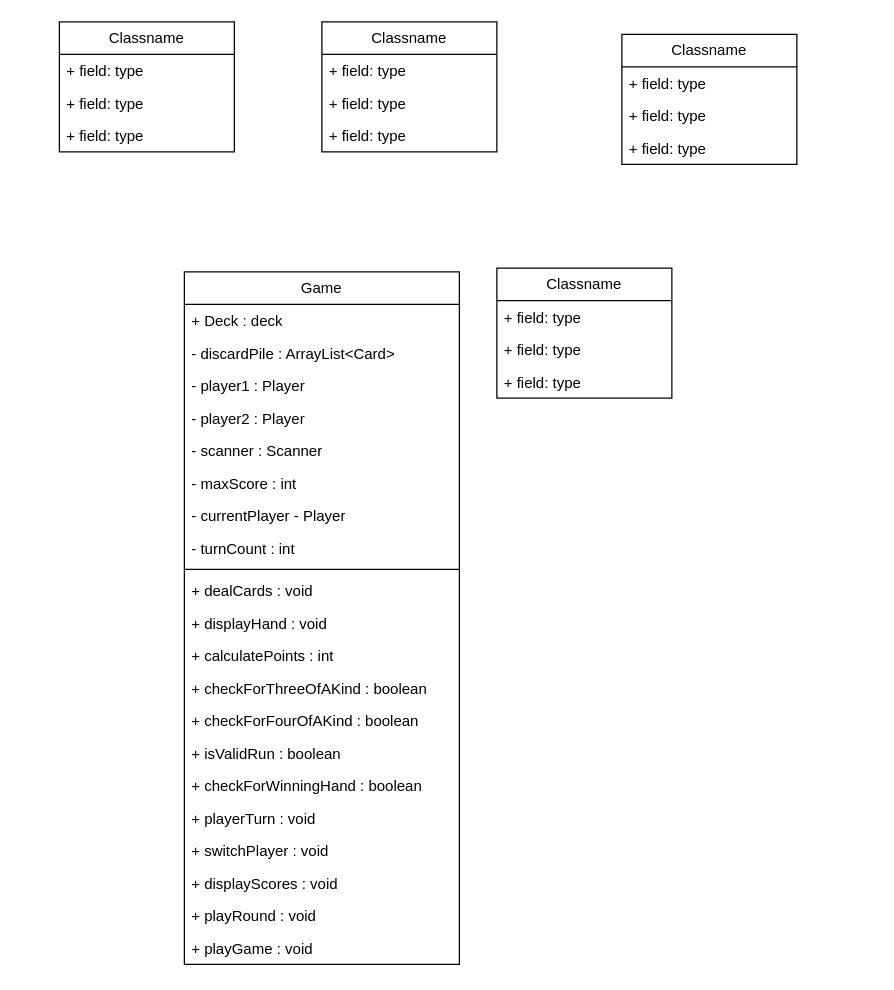
ssandhu20/CardGame keeps this draw.io diagram as CardGame.drawio. Above is the earlier version. Source tidied: cells renumbered, new cells numbered last; positions are measured from the earlier drawing's top-left corner, leaving out a move shared by most shapes. Both pictures are drawn from the tidied source at 125%, with x=0, y=0 at pixel (59, 21).
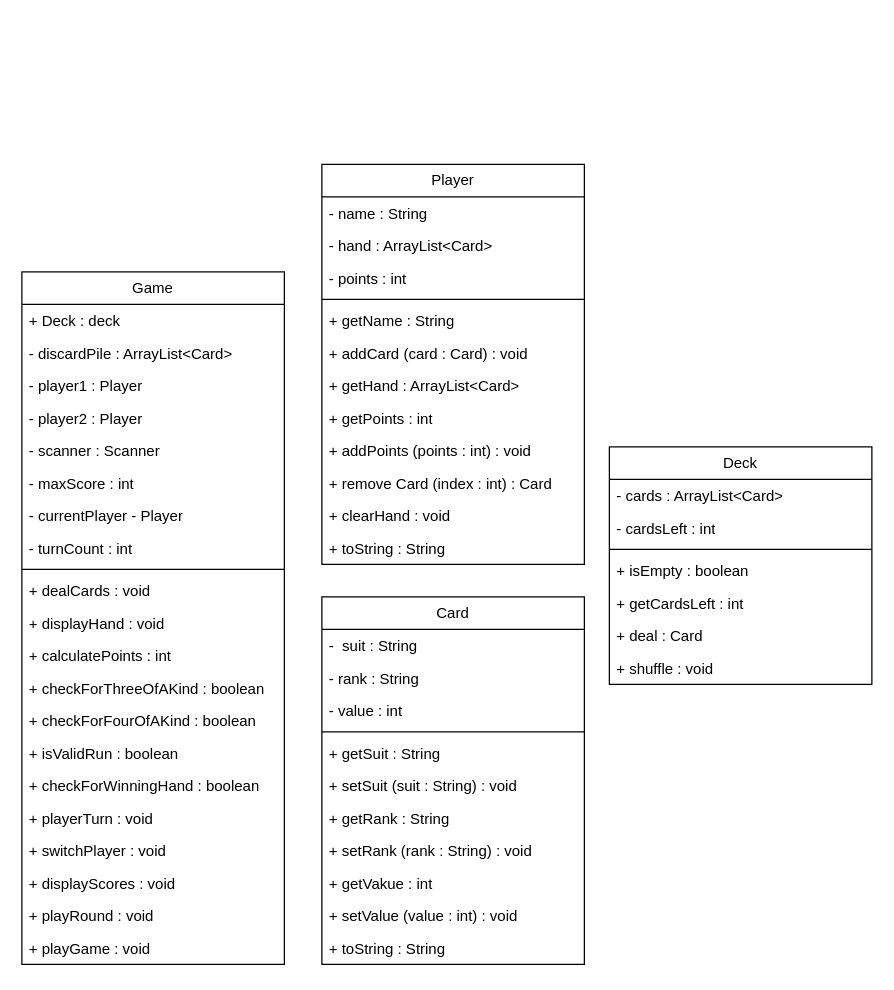
The same diagram, later.

The edit, as a diff of the source:
```diff
@@
-    <mxCell id="2" value="Classname" style="swimlane;fontStyle=0;horizontal=1;startSize=26;fillColor=none;whiteSpace=wrap;html=1;" parent="1" vertex="1">
-      <mxGeometry width="140" height="104" as="geometry" />
-    </mxCell>
-    <mxCell id="3" value="+ field: type" style="text;strokeColor=none;fillColor=none;align=left;verticalAlign=top;spacingLeft=4;spacingRight=4;overflow=hidden;whiteSpace=wrap;html=1;" parent="2" vertex="1">
-      <mxGeometry y="26" width="140" height="26" as="geometry" />
-    </mxCell>
-    <mxCell id="4" value="+ field: type" style="text;strokeColor=none;fillColor=none;align=left;verticalAlign=top;spacingLeft=4;spacingRight=4;overflow=hidden;whiteSpace=wrap;html=1;" parent="2" vertex="1">
-      <mxGeometry y="52" width="140" height="26" as="geometry" />
-    </mxCell>
-    <mxCell id="5" value="+ field: type" style="text;strokeColor=none;fillColor=none;align=left;verticalAlign=top;spacingLeft=4;spacingRight=4;overflow=hidden;whiteSpace=wrap;html=1;" parent="2" vertex="1">
-      <mxGeometry y="78" width="140" height="26" as="geometry" />
-    </mxCell>
-    <mxCell id="6" value="Classname" style="swimlane;fontStyle=0;horizontal=1;startSize=26;fillColor=none;whiteSpace=wrap;html=1;" parent="1" vertex="1">
-      <mxGeometry x="210" width="140" height="104" as="geometry" />
+    <mxCell id="6" value="Player" style="swimlane;fontStyle=0;horizontal=1;startSize=26;fillColor=none;whiteSpace=wrap;html=1;" parent="1" vertex="1">
+      <mxGeometry x="210" y="114" width="210" height="320" as="geometry" />
     </mxCell>
-    <mxCell id="7" value="+ field: type" style="text;strokeColor=none;fillColor=none;align=left;verticalAlign=top;spacingLeft=4;spacingRight=4;overflow=hidden;whiteSpace=wrap;html=1;" parent="6" vertex="1">
-      <mxGeometry y="26" width="140" height="26" as="geometry" />
+    <mxCell id="7" value="- name : String" style="text;strokeColor=none;fillColor=none;align=left;verticalAlign=top;spacingLeft=4;spacingRight=4;overflow=hidden;whiteSpace=wrap;html=1;" parent="6" vertex="1">
+      <mxGeometry y="26" width="210" height="26" as="geometry" />
     </mxCell>
-    <mxCell id="8" value="+ field: type" style="text;strokeColor=none;fillColor=none;align=left;verticalAlign=top;spacingLeft=4;spacingRight=4;overflow=hidden;whiteSpace=wrap;html=1;" parent="6" vertex="1">
-      <mxGeometry y="52" width="140" height="26" as="geometry" />
+    <mxCell id="8" value="- hand : ArrayList&amp;lt;Card&amp;gt;" style="text;strokeColor=none;fillColor=none;align=left;verticalAlign=top;spacingLeft=4;spacingRight=4;overflow=hidden;whiteSpace=wrap;html=1;" parent="6" vertex="1">
+      <mxGeometry y="52" width="210" height="26" as="geometry" />
     </mxCell>
-    <mxCell id="9" value="+ field: type" style="text;strokeColor=none;fillColor=none;align=left;verticalAlign=top;spacingLeft=4;spacingRight=4;overflow=hidden;whiteSpace=wrap;html=1;" parent="6" vertex="1">
-      <mxGeometry y="78" width="140" height="26" as="geometry" />
+    <mxCell id="9" value="- points : int" style="text;strokeColor=none;fillColor=none;align=left;verticalAlign=top;spacingLeft=4;spacingRight=4;overflow=hidden;whiteSpace=wrap;html=1;" parent="6" vertex="1">
+      <mxGeometry y="78" width="210" height="26" as="geometry" />
     </mxCell>
+    <mxCell id="40" style="line;strokeWidth=1;fillColor=none;align=left;verticalAlign=middle;spacingTop=-1;spacingLeft=3;spacingRight=3;labelPosition=right;strokeColor=inherit;" parent="6" vertex="1">
+      <mxGeometry y="104" width="210" height="8" as="geometry" />
+    </mxCell>
+    <mxCell id="41" value="+ getName : String" style="text;strokeColor=none;fillColor=none;align=left;verticalAlign=top;spacingLeft=4;spacingRight=4;overflow=hidden;whiteSpace=wrap;html=1;" parent="6" vertex="1">
+      <mxGeometry y="112" width="210" height="26" as="geometry" />
+    </mxCell>
+    <mxCell id="42" value="+ addCard (card : Card) : void" style="text;strokeColor=none;fillColor=none;align=left;verticalAlign=top;spacingLeft=4;spacingRight=4;overflow=hidden;whiteSpace=wrap;html=1;" parent="6" vertex="1">
+      <mxGeometry y="138" width="210" height="26" as="geometry" />
+    </mxCell>
+    <mxCell id="43" value="+ getHand : ArrayList&amp;lt;Card&amp;gt;" style="text;strokeColor=none;fillColor=none;align=left;verticalAlign=top;spacingLeft=4;spacingRight=4;overflow=hidden;whiteSpace=wrap;html=1;" parent="6" vertex="1">
+      <mxGeometry y="164" width="210" height="26" as="geometry" />
+    </mxCell>
+    <mxCell id="44" value="+ getPoints : int" style="text;strokeColor=none;fillColor=none;align=left;verticalAlign=top;spacingLeft=4;spacingRight=4;overflow=hidden;whiteSpace=wrap;html=1;" parent="6" vertex="1">
+      <mxGeometry y="190" width="210" height="26" as="geometry" />
+    </mxCell>
+    <mxCell id="45" value="+ addPoints (points : int) : void" style="text;strokeColor=none;fillColor=none;align=left;verticalAlign=top;spacingLeft=4;spacingRight=4;overflow=hidden;whiteSpace=wrap;html=1;" parent="6" vertex="1">
+      <mxGeometry y="216" width="210" height="26" as="geometry" />
+    </mxCell>
+    <mxCell id="46" value="+ remove Card (index : int) : Card" style="text;strokeColor=none;fillColor=none;align=left;verticalAlign=top;spacingLeft=4;spacingRight=4;overflow=hidden;whiteSpace=wrap;html=1;" parent="6" vertex="1">
+      <mxGeometry y="242" width="210" height="26" as="geometry" />
+    </mxCell>
+    <mxCell id="47" value="+ clearHand : void" style="text;strokeColor=none;fillColor=none;align=left;verticalAlign=top;spacingLeft=4;spacingRight=4;overflow=hidden;whiteSpace=wrap;html=1;" parent="6" vertex="1">
+      <mxGeometry y="268" width="210" height="26" as="geometry" />
+    </mxCell>
+    <mxCell id="48" value="+ toString : String" style="text;strokeColor=none;fillColor=none;align=left;verticalAlign=top;spacingLeft=4;spacingRight=4;overflow=hidden;whiteSpace=wrap;html=1;" parent="6" vertex="1">
+      <mxGeometry y="294" width="210" height="26" as="geometry" />
+    </mxCell>
-    <mxCell id="10" value="Classname" style="swimlane;fontStyle=0;horizontal=1;startSize=26;fillColor=none;whiteSpace=wrap;html=1;" parent="1" vertex="1">
-      <mxGeometry x="450" y="10" width="140" height="104" as="geometry" />
+    <mxCell id="10" value="Deck" style="swimlane;fontStyle=0;horizontal=1;startSize=26;fillColor=none;whiteSpace=wrap;html=1;" parent="1" vertex="1">
+      <mxGeometry x="440" y="340" width="210" height="190" as="geometry" />
     </mxCell>
-    <mxCell id="11" value="+ field: type" style="text;strokeColor=none;fillColor=none;align=left;verticalAlign=top;spacingLeft=4;spacingRight=4;overflow=hidden;whiteSpace=wrap;html=1;" parent="10" vertex="1">
-      <mxGeometry y="26" width="140" height="26" as="geometry" />
+    <mxCell id="11" value="- cards : ArrayList&amp;lt;Card&amp;gt;" style="text;strokeColor=none;fillColor=none;align=left;verticalAlign=top;spacingLeft=4;spacingRight=4;overflow=hidden;whiteSpace=wrap;html=1;" parent="10" vertex="1">
+      <mxGeometry y="26" width="210" height="26" as="geometry" />
     </mxCell>
-    <mxCell id="12" value="+ field: type" style="text;strokeColor=none;fillColor=none;align=left;verticalAlign=top;spacingLeft=4;spacingRight=4;overflow=hidden;whiteSpace=wrap;html=1;" parent="10" vertex="1">
-      <mxGeometry y="52" width="140" height="26" as="geometry" />
+    <mxCell id="12" value="- cardsLeft : int" style="text;strokeColor=none;fillColor=none;align=left;verticalAlign=top;spacingLeft=4;spacingRight=4;overflow=hidden;whiteSpace=wrap;html=1;" parent="10" vertex="1">
+      <mxGeometry y="52" width="210" height="26" as="geometry" />
     </mxCell>
+    <mxCell id="49" style="line;strokeWidth=1;fillColor=none;align=left;verticalAlign=middle;spacingTop=-1;spacingLeft=3;spacingRight=3;labelPosition=right;strokeColor=inherit;" parent="10" vertex="1">
+      <mxGeometry y="78" width="210" height="8" as="geometry" />
+    </mxCell>
-    <mxCell id="13" value="+ field: type" style="text;strokeColor=none;fillColor=none;align=left;verticalAlign=top;spacingLeft=4;spacingRight=4;overflow=hidden;whiteSpace=wrap;html=1;" parent="10" vertex="1">
-      <mxGeometry y="78" width="140" height="26" as="geometry" />
+    <mxCell id="13" value="+ isEmpty : boolean" style="text;strokeColor=none;fillColor=none;align=left;verticalAlign=top;spacingLeft=4;spacingRight=4;overflow=hidden;whiteSpace=wrap;html=1;" parent="10" vertex="1">
+      <mxGeometry y="86" width="210" height="26" as="geometry" />
     </mxCell>
+    <mxCell id="50" value="+ getCardsLeft : int" style="text;strokeColor=none;fillColor=none;align=left;verticalAlign=top;spacingLeft=4;spacingRight=4;overflow=hidden;whiteSpace=wrap;html=1;" parent="10" vertex="1">
+      <mxGeometry y="112" width="210" height="26" as="geometry" />
+    </mxCell>
+    <mxCell id="51" value="+ deal : Card" style="text;strokeColor=none;fillColor=none;align=left;verticalAlign=top;spacingLeft=4;spacingRight=4;overflow=hidden;whiteSpace=wrap;html=1;" parent="10" vertex="1">
+      <mxGeometry y="138" width="210" height="26" as="geometry" />
+    </mxCell>
+    <mxCell id="52" value="+ shuffle : void" style="text;strokeColor=none;fillColor=none;align=left;verticalAlign=top;spacingLeft=4;spacingRight=4;overflow=hidden;whiteSpace=wrap;html=1;" parent="10" vertex="1">
+      <mxGeometry y="164" width="210" height="26" as="geometry" />
+    </mxCell>
     <mxCell id="14" value="Game" style="swimlane;fontStyle=0;horizontal=1;startSize=26;fillColor=none;whiteSpace=wrap;html=1;" parent="1" vertex="1">
-      <mxGeometry x="100" y="200" width="220" height="554" as="geometry" />
+      <mxGeometry x="-30" y="200" width="210" height="554" as="geometry" />
     </mxCell>
     <mxCell id="15" value="+ Deck : deck" style="text;strokeColor=none;fillColor=none;align=left;verticalAlign=top;spacingLeft=4;spacingRight=4;overflow=hidden;whiteSpace=wrap;html=1;" parent="14" vertex="1">
-      <mxGeometry y="26" width="220" height="26" as="geometry" />
+      <mxGeometry y="26" width="210" height="26" as="geometry" />
     </mxCell>
     <mxCell id="16" value="- discardPile : ArrayList&amp;lt;Card&amp;gt;" style="text;strokeColor=none;fillColor=none;align=left;verticalAlign=top;spacingLeft=4;spacingRight=4;overflow=hidden;whiteSpace=wrap;html=1;" parent="14" vertex="1">
-      <mxGeometry y="52" width="220" height="26" as="geometry" />
+      <mxGeometry y="52" width="210" height="26" as="geometry" />
     </mxCell>
     <mxCell id="17" value="- player1 : Player" style="text;strokeColor=none;fillColor=none;align=left;verticalAlign=top;spacingLeft=4;spacingRight=4;overflow=hidden;whiteSpace=wrap;html=1;" parent="14" vertex="1">
-      <mxGeometry y="78" width="220" height="26" as="geometry" />
+      <mxGeometry y="78" width="210" height="26" as="geometry" />
     </mxCell>
     <mxCell id="18" value="- player2 : Player" style="text;strokeColor=none;fillColor=none;align=left;verticalAlign=top;spacingLeft=4;spacingRight=4;overflow=hidden;whiteSpace=wrap;html=1;" parent="14" vertex="1">
-      <mxGeometry y="104" width="220" height="26" as="geometry" />
+      <mxGeometry y="104" width="210" height="26" as="geometry" />
     </mxCell>
     <mxCell id="19" value="- scanner : Scanner" style="text;strokeColor=none;fillColor=none;align=left;verticalAlign=top;spacingLeft=4;spacingRight=4;overflow=hidden;whiteSpace=wrap;html=1;" parent="14" vertex="1">
-      <mxGeometry y="130" width="220" height="26" as="geometry" />
+      <mxGeometry y="130" width="210" height="26" as="geometry" />
     </mxCell>
     <mxCell id="20" value="- maxScore : int" style="text;strokeColor=none;fillColor=none;align=left;verticalAlign=top;spacingLeft=4;spacingRight=4;overflow=hidden;whiteSpace=wrap;html=1;" parent="14" vertex="1">
-      <mxGeometry y="156" width="220" height="26" as="geometry" />
+      <mxGeometry y="156" width="210" height="26" as="geometry" />
     </mxCell>
     <mxCell id="21" value="- currentPlayer - Player" style="text;strokeColor=none;fillColor=none;align=left;verticalAlign=top;spacingLeft=4;spacingRight=4;overflow=hidden;whiteSpace=wrap;html=1;" parent="14" vertex="1">
-      <mxGeometry y="182" width="220" height="26" as="geometry" />
+      <mxGeometry y="182" width="210" height="26" as="geometry" />
     </mxCell>
     <mxCell id="22" value="- turnCount : int" style="text;strokeColor=none;fillColor=none;align=left;verticalAlign=top;spacingLeft=4;spacingRight=4;overflow=hidden;whiteSpace=wrap;html=1;" parent="14" vertex="1">
-      <mxGeometry y="208" width="220" height="26" as="geometry" />
+      <mxGeometry y="208" width="210" height="26" as="geometry" />
     </mxCell>
     <mxCell id="23" style="line;strokeWidth=1;fillColor=none;align=left;verticalAlign=middle;spacingTop=-1;spacingLeft=3;spacingRight=3;labelPosition=right;strokeColor=inherit;" parent="14" vertex="1">
-      <mxGeometry y="234" width="220" height="8" as="geometry" />
+      <mxGeometry y="234" width="210" height="8" as="geometry" />
     </mxCell>
     <mxCell id="24" value="+ dealCards : void" style="text;strokeColor=none;fillColor=none;align=left;verticalAlign=top;spacingLeft=4;spacingRight=4;overflow=hidden;whiteSpace=wrap;html=1;" parent="14" vertex="1">
-      <mxGeometry y="242" width="220" height="26" as="geometry" />
+      <mxGeometry y="242" width="210" height="26" as="geometry" />
     </mxCell>
     <mxCell id="25" value="+ displayHand : void" style="text;strokeColor=none;fillColor=none;align=left;verticalAlign=top;spacingLeft=4;spacingRight=4;overflow=hidden;whiteSpace=wrap;html=1;" parent="14" vertex="1">
-      <mxGeometry y="268" width="220" height="26" as="geometry" />
+      <mxGeometry y="268" width="210" height="26" as="geometry" />
     </mxCell>
     <mxCell id="26" value="+ calculatePoints : int" style="text;strokeColor=none;fillColor=none;align=left;verticalAlign=top;spacingLeft=4;spacingRight=4;overflow=hidden;whiteSpace=wrap;html=1;" parent="14" vertex="1">
-      <mxGeometry y="294" width="220" height="26" as="geometry" />
+      <mxGeometry y="294" width="210" height="26" as="geometry" />
     </mxCell>
     <mxCell id="27" value="+ checkForThreeOfAKind : boolean" style="text;strokeColor=none;fillColor=none;align=left;verticalAlign=top;spacingLeft=4;spacingRight=4;overflow=hidden;whiteSpace=wrap;html=1;" parent="14" vertex="1">
-      <mxGeometry y="320" width="220" height="26" as="geometry" />
+      <mxGeometry y="320" width="210" height="26" as="geometry" />
     </mxCell>
     <mxCell id="28" value="+ checkForFourOfAKind : boolean" style="text;strokeColor=none;fillColor=none;align=left;verticalAlign=top;spacingLeft=4;spacingRight=4;overflow=hidden;whiteSpace=wrap;html=1;" parent="14" vertex="1">
-      <mxGeometry y="346" width="220" height="26" as="geometry" />
+      <mxGeometry y="346" width="210" height="26" as="geometry" />
     </mxCell>
     <mxCell id="29" value="+ isValidRun : boolean" style="text;strokeColor=none;fillColor=none;align=left;verticalAlign=top;spacingLeft=4;spacingRight=4;overflow=hidden;whiteSpace=wrap;html=1;" parent="14" vertex="1">
-      <mxGeometry y="372" width="220" height="26" as="geometry" />
+      <mxGeometry y="372" width="210" height="26" as="geometry" />
     </mxCell>
     <mxCell id="30" value="+ checkForWinningHand : boolean" style="text;strokeColor=none;fillColor=none;align=left;verticalAlign=top;spacingLeft=4;spacingRight=4;overflow=hidden;whiteSpace=wrap;html=1;" parent="14" vertex="1">
-      <mxGeometry y="398" width="220" height="26" as="geometry" />
+      <mxGeometry y="398" width="210" height="26" as="geometry" />
     </mxCell>
     <mxCell id="31" value="+ playerTurn : void" style="text;strokeColor=none;fillColor=none;align=left;verticalAlign=top;spacingLeft=4;spacingRight=4;overflow=hidden;whiteSpace=wrap;html=1;" parent="14" vertex="1">
-      <mxGeometry y="424" width="220" height="26" as="geometry" />
+      <mxGeometry y="424" width="210" height="26" as="geometry" />
     </mxCell>
     <mxCell id="32" value="+ switchPlayer : void" style="text;strokeColor=none;fillColor=none;align=left;verticalAlign=top;spacingLeft=4;spacingRight=4;overflow=hidden;whiteSpace=wrap;html=1;" parent="14" vertex="1">
-      <mxGeometry y="450" width="220" height="26" as="geometry" />
+      <mxGeometry y="450" width="210" height="26" as="geometry" />
     </mxCell>
     <mxCell id="33" value="+ displayScores : void" style="text;strokeColor=none;fillColor=none;align=left;verticalAlign=top;spacingLeft=4;spacingRight=4;overflow=hidden;whiteSpace=wrap;html=1;" parent="14" vertex="1">
-      <mxGeometry y="476" width="220" height="26" as="geometry" />
+      <mxGeometry y="476" width="210" height="26" as="geometry" />
     </mxCell>
     <mxCell id="34" value="+ playRound : void" style="text;strokeColor=none;fillColor=none;align=left;verticalAlign=top;spacingLeft=4;spacingRight=4;overflow=hidden;whiteSpace=wrap;html=1;" parent="14" vertex="1">
-      <mxGeometry y="502" width="220" height="26" as="geometry" />
+      <mxGeometry y="502" width="210" height="26" as="geometry" />
     </mxCell>
     <mxCell id="35" value="+ playGame : void" style="text;strokeColor=none;fillColor=none;align=left;verticalAlign=top;spacingLeft=4;spacingRight=4;overflow=hidden;whiteSpace=wrap;html=1;" parent="14" vertex="1">
-      <mxGeometry y="528" width="220" height="26" as="geometry" />
+      <mxGeometry y="528" width="210" height="26" as="geometry" />
     </mxCell>
-    <mxCell id="36" value="Classname" style="swimlane;fontStyle=0;horizontal=1;startSize=26;fillColor=none;whiteSpace=wrap;html=1;" parent="1" vertex="1">
-      <mxGeometry x="350" y="197" width="140" height="104" as="geometry" />
+    <mxCell id="36" value="Card" style="swimlane;fontStyle=0;horizontal=1;startSize=26;fillColor=none;whiteSpace=wrap;html=1;" parent="1" vertex="1">
+      <mxGeometry x="210" y="460" width="210" height="294" as="geometry" />
     </mxCell>
-    <mxCell id="37" value="+ field: type" style="text;strokeColor=none;fillColor=none;align=left;verticalAlign=top;spacingLeft=4;spacingRight=4;overflow=hidden;whiteSpace=wrap;html=1;" parent="36" vertex="1">
-      <mxGeometry y="26" width="140" height="26" as="geometry" />
+    <mxCell id="37" value="- &amp;nbsp;suit : String" style="text;strokeColor=none;fillColor=none;align=left;verticalAlign=top;spacingLeft=4;spacingRight=4;overflow=hidden;whiteSpace=wrap;html=1;" parent="36" vertex="1">
+      <mxGeometry y="26" width="210" height="26" as="geometry" />
     </mxCell>
-    <mxCell id="38" value="+ field: type" style="text;strokeColor=none;fillColor=none;align=left;verticalAlign=top;spacingLeft=4;spacingRight=4;overflow=hidden;whiteSpace=wrap;html=1;" parent="36" vertex="1">
-      <mxGeometry y="52" width="140" height="26" as="geometry" />
+    <mxCell id="38" value="- rank : String" style="text;strokeColor=none;fillColor=none;align=left;verticalAlign=top;spacingLeft=4;spacingRight=4;overflow=hidden;whiteSpace=wrap;html=1;" parent="36" vertex="1">
+      <mxGeometry y="52" width="210" height="26" as="geometry" />
     </mxCell>
-    <mxCell id="39" value="+ field: type" style="text;strokeColor=none;fillColor=none;align=left;verticalAlign=top;spacingLeft=4;spacingRight=4;overflow=hidden;whiteSpace=wrap;html=1;" parent="36" vertex="1">
-      <mxGeometry y="78" width="140" height="26" as="geometry" />
+    <mxCell id="39" value="- value : int" style="text;strokeColor=none;fillColor=none;align=left;verticalAlign=top;spacingLeft=4;spacingRight=4;overflow=hidden;whiteSpace=wrap;html=1;" parent="36" vertex="1">
+      <mxGeometry y="78" width="210" height="26" as="geometry" />
     </mxCell>
+    <mxCell id="53" style="line;strokeWidth=1;fillColor=none;align=left;verticalAlign=middle;spacingTop=-1;spacingLeft=3;spacingRight=3;labelPosition=right;strokeColor=inherit;" parent="36" vertex="1">
+      <mxGeometry y="104" width="210" height="8" as="geometry" />
+    </mxCell>
+    <mxCell id="54" value="+ getSuit : String" style="text;strokeColor=none;fillColor=none;align=left;verticalAlign=top;spacingLeft=4;spacingRight=4;overflow=hidden;whiteSpace=wrap;html=1;" parent="36" vertex="1">
+      <mxGeometry y="112" width="210" height="26" as="geometry" />
+    </mxCell>
+    <mxCell id="55" value="+ setSuit (suit : String) : void" style="text;strokeColor=none;fillColor=none;align=left;verticalAlign=top;spacingLeft=4;spacingRight=4;overflow=hidden;whiteSpace=wrap;html=1;" parent="36" vertex="1">
+      <mxGeometry y="138" width="210" height="26" as="geometry" />
+    </mxCell>
+    <mxCell id="56" value="+ getRank : String" style="text;strokeColor=none;fillColor=none;align=left;verticalAlign=top;spacingLeft=4;spacingRight=4;overflow=hidden;whiteSpace=wrap;html=1;" parent="36" vertex="1">
+      <mxGeometry y="164" width="210" height="26" as="geometry" />
+    </mxCell>
+    <mxCell id="57" value="+ setRank (rank : String) : void" style="text;strokeColor=none;fillColor=none;align=left;verticalAlign=top;spacingLeft=4;spacingRight=4;overflow=hidden;whiteSpace=wrap;html=1;" parent="36" vertex="1">
+      <mxGeometry y="190" width="210" height="26" as="geometry" />
+    </mxCell>
+    <mxCell id="58" value="+ getVakue : int" style="text;strokeColor=none;fillColor=none;align=left;verticalAlign=top;spacingLeft=4;spacingRight=4;overflow=hidden;whiteSpace=wrap;html=1;" parent="36" vertex="1">
+      <mxGeometry y="216" width="210" height="26" as="geometry" />
+    </mxCell>
+    <mxCell id="59" value="+ setValue (value : int) : void" style="text;strokeColor=none;fillColor=none;align=left;verticalAlign=top;spacingLeft=4;spacingRight=4;overflow=hidden;whiteSpace=wrap;html=1;" parent="36" vertex="1">
+      <mxGeometry y="242" width="210" height="26" as="geometry" />
+    </mxCell>
+    <mxCell id="60" value="+ toString : String" style="text;strokeColor=none;fillColor=none;align=left;verticalAlign=top;spacingLeft=4;spacingRight=4;overflow=hidden;whiteSpace=wrap;html=1;" parent="36" vertex="1">
+      <mxGeometry y="268" width="210" height="26" as="geometry" />
+    </mxCell>
```
